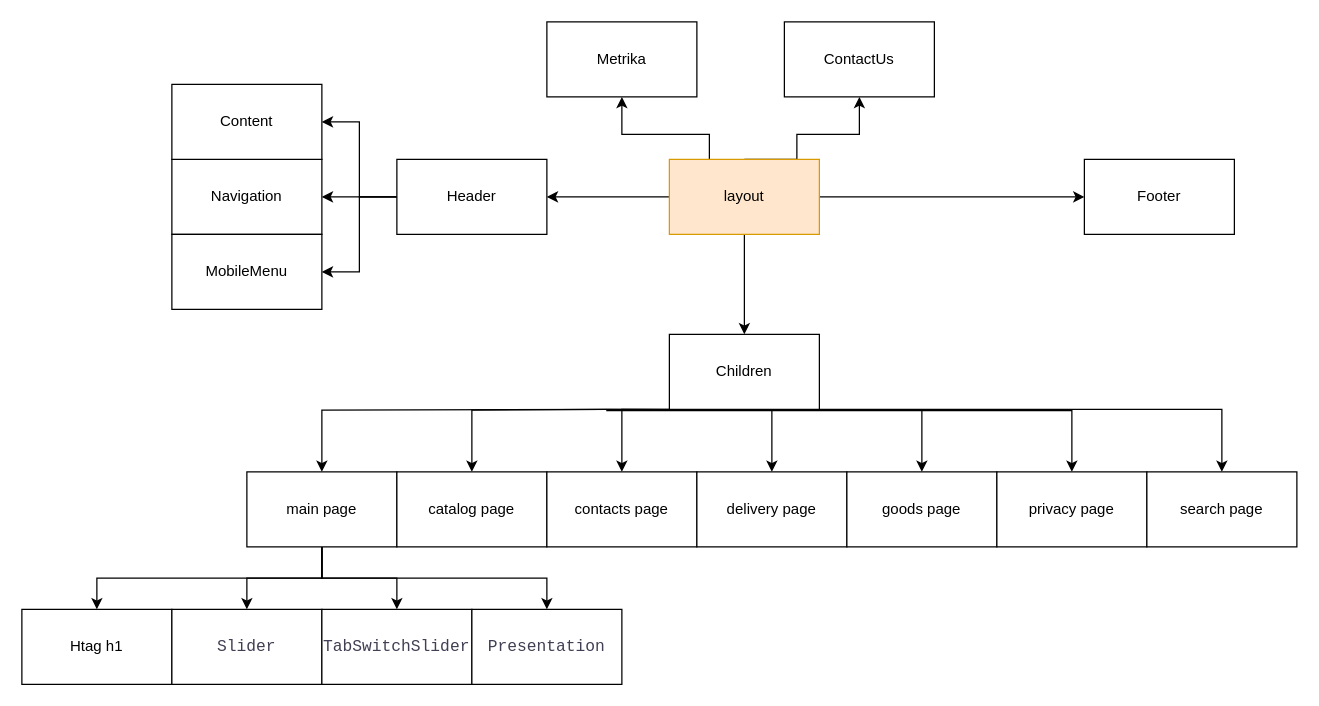
This is utils/drow-io-shema.drawio from ArtemMazin/ViVa, a draw.io file, before an edit. Source tidied: cells renumbered, new cells numbered last; positions are measured from the earlier drawing's top-left corner, leaving out a move shared by most shapes. Both pictures are drawn from the tidied source at 125%, with x=0, y=0 at pixel (21, 21).
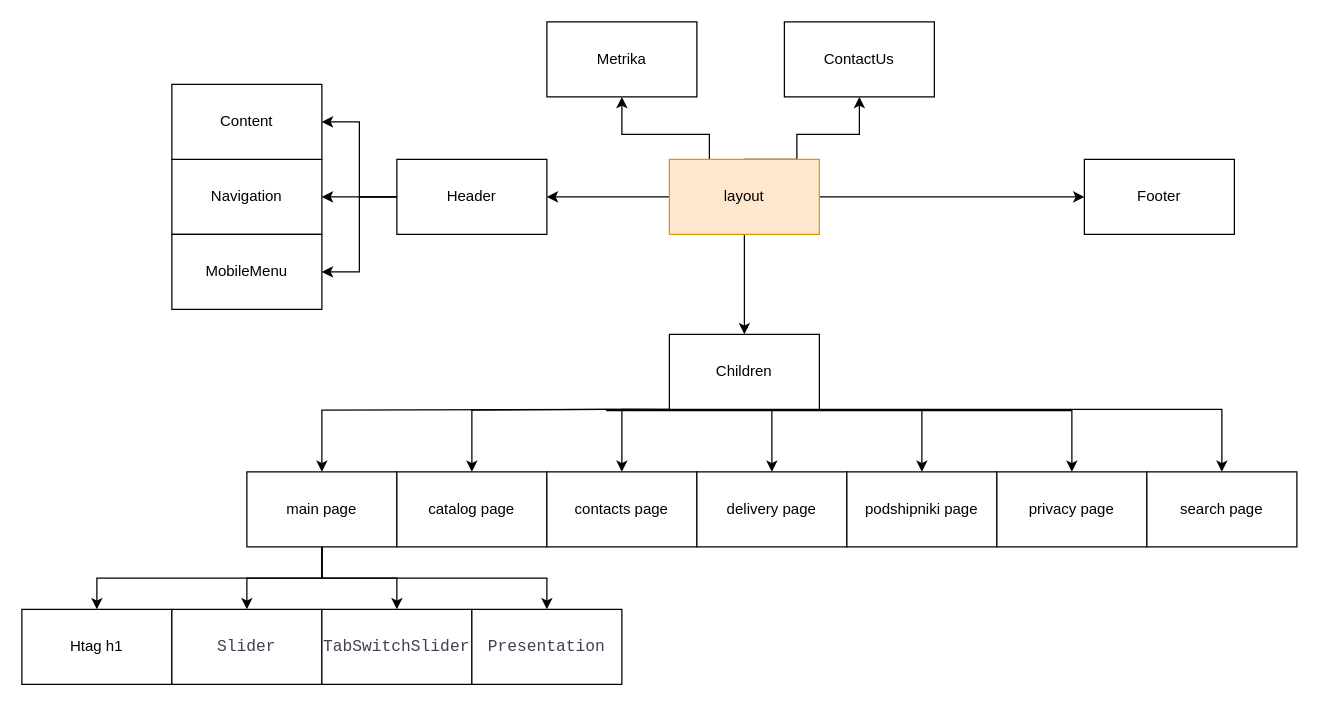
The same diagram, later.

The edit, as a diff of the source:
```diff
@@
-    <mxCell id="38" value="goods page" style="rounded=0;whiteSpace=wrap;html=1;" parent="1" vertex="1">
+    <mxCell id="38" value="podshipniki page" style="rounded=0;whiteSpace=wrap;html=1;" parent="1" vertex="1">
       <mxGeometry x="660" y="360" width="120" height="60" as="geometry" />
     </mxCell>
```
